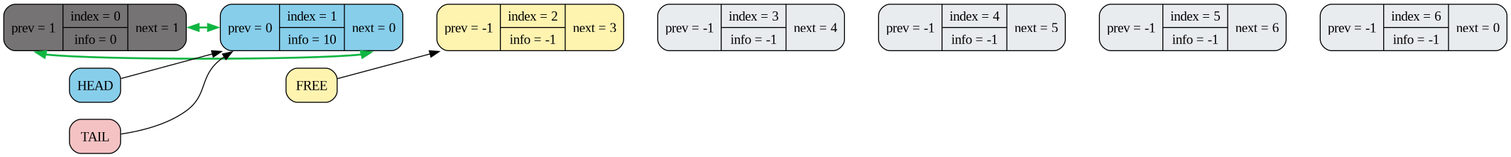
This is dumps/graph_1.png from NikolayNetreba/Task5, a Graphviz export, as it was before one commit. Its source is kept beside it as dumps/graph_1.dot.
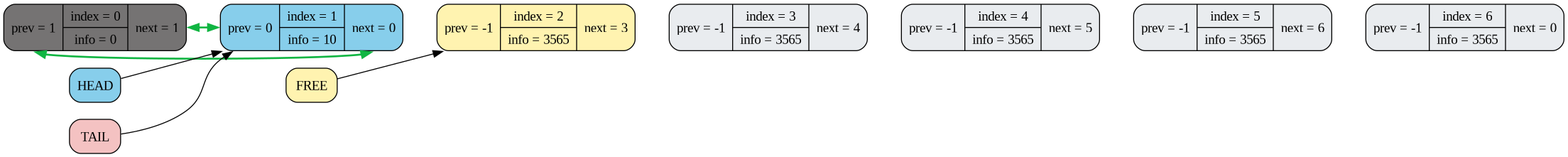
The same file after the commit.

Change to the diagram source:
```diff
@@ -3,11 +3,11 @@
 node [shape=Mrecord; style=filled;];
 node0 [label = "{<prev> prev = 1 | { index = 0 | info = 0 } | <next> next = 1}"; fillcolor="#757373"; fontcolor="black"; color="black"; penwidth=1.0];
 node1 [label = "{<prev> prev = 0 | { index = 1 | info = 10 } | <next> next = 0}"; fillcolor="#87CEEB"; fontcolor="black"; color="black"; penwidth=1.0];
-node2 [label = "{<prev> prev = -1 | { index = 2 | info = -1 } | <next> next = 3}"; fillcolor="#FFF3B0"; fontcolor="black"; color="black"; penwidth=1.0];
-node3 [label = "{<prev> prev = -1 | { index = 3 | info = -1 } | <next> next = 4}"; fillcolor="#E9ECEF"; fontcolor="black"; color="black"; penwidth=1.0];
-node4 [label = "{<prev> prev = -1 | { index = 4 | info = -1 } | <next> next = 5}"; fillcolor="#E9ECEF"; fontcolor="black"; color="black"; penwidth=1.0];
-node5 [label = "{<prev> prev = -1 | { index = 5 | info = -1 } | <next> next = 6}"; fillcolor="#E9ECEF"; fontcolor="black"; color="black"; penwidth=1.0];
-node6 [label = "{<prev> prev = -1 | { index = 6 | info = -1 } | <next> next = 0}"; fillcolor="#E9ECEF"; fontcolor="black"; color="black"; penwidth=1.0];
+node2 [label = "{<prev> prev = -1 | { index = 2 | info = 3565 } | <next> next = 3}"; fillcolor="#FFF3B0"; fontcolor="black"; color="black"; penwidth=1.0];
+node3 [label = "{<prev> prev = -1 | { index = 3 | info = 3565 } | <next> next = 4}"; fillcolor="#E9ECEF"; fontcolor="black"; color="black"; penwidth=1.0];
+node4 [label = "{<prev> prev = -1 | { index = 4 | info = 3565 } | <next> next = 5}"; fillcolor="#E9ECEF"; fontcolor="black"; color="black"; penwidth=1.0];
+node5 [label = "{<prev> prev = -1 | { index = 5 | info = 3565 } | <next> next = 6}"; fillcolor="#E9ECEF"; fontcolor="black"; color="black"; penwidth=1.0];
+node6 [label = "{<prev> prev = -1 | { index = 6 | info = 3565 } | <next> next = 0}"; fillcolor="#E9ECEF"; fontcolor="black"; color="black"; penwidth=1.0];
 node0 -> node1 [style=invis, weight=100];
 node1 -> node2 [style=invis, weight=100];
 node2 -> node3 [style=invis, weight=100];
```
